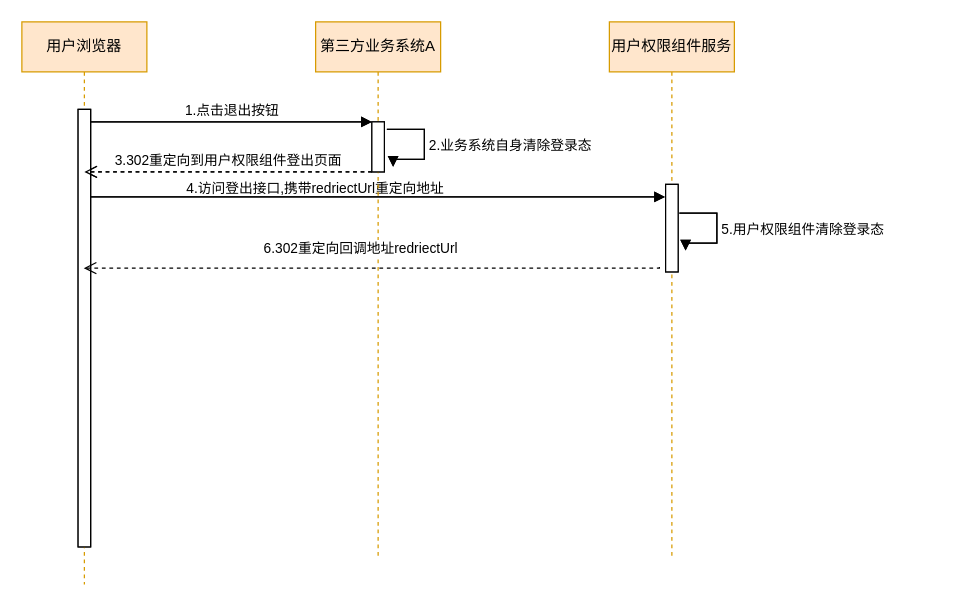
The draw.io diagram 用户权限组件登出.drawio in lsdu0/drawio, before the edit. Source tidied: cells renumbered, new cells numbered last; positions are measured from the earlier drawing's top-left corner, leaving out a move shared by most shapes. Both pictures are drawn from the tidied source at 125%, with x=0, y=0 at pixel (21, 21).
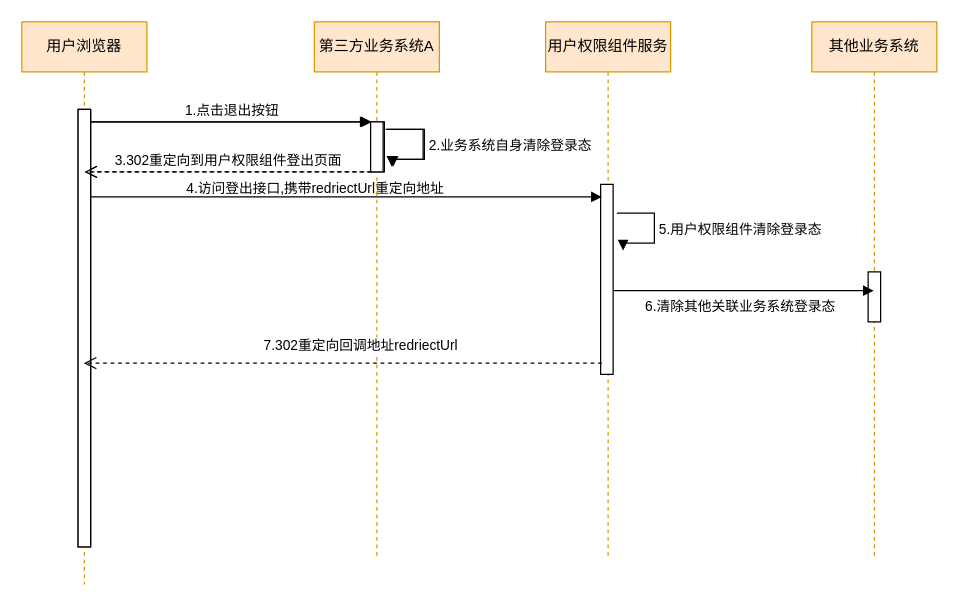
Above is the later version.

Commit message:
Update 用户权限组件登出.drawio

Diff of the diagram source:
```diff
@@
-    <mxCell id="6" style="html=1;perimeter=orthogonalPerimeter;targetShapes=umlLifeline;newEdgeStyle={&quot;edgeStyle&quot;:&quot;elbowEdgeStyle&quot;,&quot;elbow&quot;:&quot;vertical&quot;,&quot;curved&quot;:0,&quot;rounded&quot;:0};" parent="1" vertex="1">
-      <mxGeometry x="515" y="130" width="10" height="70" as="geometry" />
-    </mxCell>
@@
-    <mxCell id="8" style="html=1;verticalAlign=bottom;endArrow=block;edgeStyle=elbowEdgeStyle;elbow=horizontal;curved=0;rounded=0;" parent="1" edge="1">
-      <mxGeometry x="0.11" y="-60" relative="1" as="geometry">
-        <mxPoint x="55" y="140" as="sourcePoint" />
-        <mxPoint x="514.5" y="140" as="targetPoint" />
-        <Array as="points">
-          <mxPoint x="140" y="140" />
-        </Array>
-      </mxGeometry>
-    </mxCell>
@@
     <mxCell id="10" value="5.用户权限组件清除登录态" style="html=1;align=left;spacingLeft=2;endArrow=block;rounded=0;edgeStyle=orthogonalEdgeStyle;curved=0;rounded=0;" parent="1" edge="1">
       <mxGeometry x="0.01" relative="1" as="geometry">
-        <mxPoint x="526" y="153" as="sourcePoint" />
-        <mxPoint x="531" y="183" as="targetPoint" />
+        <mxPoint x="476" y="153" as="sourcePoint" />
+        <mxPoint x="481" y="183" as="targetPoint" />
         <Array as="points">
-          <mxPoint x="556" y="153" />
-          <mxPoint x="556" y="177" />
-          <mxPoint x="531" y="177" />
+          <mxPoint x="506" y="153" />
+          <mxPoint x="506" y="177" />
+          <mxPoint x="481" y="177" />
         </Array>
       </mxGeometry>
     </mxCell>
@@
     <mxCell id="13" value="第三方业务系统A" style="shape=umlLifeline;perimeter=lifelinePerimeter;whiteSpace=wrap;html=1;newEdgeStyle={&quot;edgeStyle&quot;:&quot;elbowEdgeStyle&quot;,&quot;elbow&quot;:&quot;vertical&quot;,&quot;curved&quot;:0,&quot;rounded&quot;:0};fillColor=#ffe6cc;strokeColor=#d79b00;" parent="1" vertex="1">
-      <mxGeometry x="235" width="100" height="430" as="geometry" />
+      <mxGeometry x="234" width="100" height="430" as="geometry" />
     </mxCell>
@@
     <mxCell id="17" value="用户权限组件服务" style="shape=umlLifeline;perimeter=lifelinePerimeter;whiteSpace=wrap;html=1;newEdgeStyle={&quot;edgeStyle&quot;:&quot;elbowEdgeStyle&quot;,&quot;elbow&quot;:&quot;vertical&quot;,&quot;curved&quot;:0,&quot;rounded&quot;:0};fillColor=#ffe6cc;strokeColor=#d79b00;" parent="1" vertex="1">
-      <mxGeometry x="470" width="100" height="430" as="geometry" />
+      <mxGeometry x="419" width="100" height="430" as="geometry" />
     </mxCell>
     <mxCell id="18" style="html=1;perimeter=orthogonalPerimeter;targetShapes=umlLifeline;newEdgeStyle={&quot;edgeStyle&quot;:&quot;elbowEdgeStyle&quot;,&quot;elbow&quot;:&quot;vertical&quot;,&quot;curved&quot;:0,&quot;rounded&quot;:0};" parent="17" vertex="1">
-      <mxGeometry x="45" y="130" width="10" height="70" as="geometry" />
+      <mxGeometry x="44" y="130" width="10" height="152" as="geometry" />
     </mxCell>
@@
     <mxCell id="20" style="html=1;verticalAlign=bottom;endArrow=block;edgeStyle=elbowEdgeStyle;elbow=horizontal;curved=0;rounded=0;" parent="1" edge="1">
       <mxGeometry x="0.11" y="-60" relative="1" as="geometry">
         <mxPoint x="55" y="140" as="sourcePoint" />
-        <mxPoint x="514.5" y="140" as="targetPoint" />
+        <mxPoint x="464" y="140" as="targetPoint" />
         <Array as="points">
           <mxPoint x="140" y="140" />
         </Array>
       </mxGeometry>
     </mxCell>
-    <mxCell id="21" style="html=1;align=left;spacingLeft=2;endArrow=block;rounded=0;edgeStyle=orthogonalEdgeStyle;curved=0;rounded=0;" parent="1" edge="1">
-      <mxGeometry x="0.01" relative="1" as="geometry">
-        <mxPoint x="526" y="153" as="sourcePoint" />
-        <mxPoint x="531" y="183" as="targetPoint" />
-        <Array as="points">
-          <mxPoint x="556" y="153" />
-          <mxPoint x="556" y="177" />
-          <mxPoint x="531" y="177" />
-        </Array>
-      </mxGeometry>
-    </mxCell>
-    <mxCell id="22" value="6.302重定向回调地址redriectUrl" style="html=1;verticalAlign=bottom;endArrow=open;dashed=1;endSize=8;edgeStyle=elbowEdgeStyle;elbow=vertical;curved=0;rounded=0;" parent="1" edge="1">
+    <mxCell id="22" value="7.302重定向回调地址redriectUrl" style="html=1;verticalAlign=bottom;endArrow=open;dashed=1;endSize=8;edgeStyle=elbowEdgeStyle;elbow=vertical;curved=0;rounded=0;" parent="1" edge="1">
       <mxGeometry x="-1" y="-21" relative="1" as="geometry">
-        <mxPoint x="286" y="204.8" as="sourcePoint" />
-        <mxPoint x="286" y="205" as="targetPoint" />
+        <mxPoint x="286" y="282.8" as="sourcePoint" />
+        <mxPoint x="286" y="283" as="targetPoint" />
         <mxPoint x="-15" y="-15" as="offset" />
       </mxGeometry>
     </mxCell>
     <mxCell id="23" style="html=1;verticalAlign=bottom;endArrow=open;dashed=1;endSize=8;edgeStyle=elbowEdgeStyle;elbow=vertical;curved=0;rounded=0;" parent="1" edge="1">
       <mxGeometry relative="1" as="geometry">
-        <mxPoint x="510" y="196" as="sourcePoint" />
-        <mxPoint x="49.5" y="197" as="targetPoint" />
-        <Array as="points">
-          <mxPoint x="375" y="197" />
-        </Array>
+        <mxPoint x="464" y="273" as="sourcePoint" />
+        <mxPoint x="49.5" y="273" as="targetPoint" />
       </mxGeometry>
     </mxCell>
+    <mxCell id="24" value="其他业务系统" style="shape=umlLifeline;perimeter=lifelinePerimeter;whiteSpace=wrap;html=1;newEdgeStyle={&quot;edgeStyle&quot;:&quot;elbowEdgeStyle&quot;,&quot;elbow&quot;:&quot;vertical&quot;,&quot;curved&quot;:0,&quot;rounded&quot;:0};fillColor=#ffe6cc;strokeColor=#d79b00;" parent="1" vertex="1">
+      <mxGeometry x="632" width="100" height="430" as="geometry" />
+    </mxCell>
+    <mxCell id="25" style="html=1;perimeter=orthogonalPerimeter;targetShapes=umlLifeline;newEdgeStyle={&quot;edgeStyle&quot;:&quot;elbowEdgeStyle&quot;,&quot;elbow&quot;:&quot;vertical&quot;,&quot;curved&quot;:0,&quot;rounded&quot;:0};" parent="24" vertex="1">
+      <mxGeometry x="45" y="200" width="10" height="40" as="geometry" />
+    </mxCell>
+    <mxCell id="26" style="html=1;verticalAlign=bottom;endArrow=block;edgeStyle=elbowEdgeStyle;elbow=horizontal;curved=0;rounded=0;" parent="1" edge="1">
+      <mxGeometry x="0.11" y="-60" relative="1" as="geometry">
+        <mxPoint x="473" y="215" as="sourcePoint" />
+        <mxPoint x="681.5" y="215" as="targetPoint" />
+        <Array as="points">
+          <mxPoint x="558" y="215" />
+        </Array>
+      </mxGeometry>
+    </mxCell>
+    <mxCell id="27" value="&lt;span style=&quot;color: rgb(0, 0, 0); font-family: Helvetica; font-size: 11px; font-style: normal; font-variant-ligatures: normal; font-variant-caps: normal; font-weight: 400; letter-spacing: normal; orphans: 2; text-align: left; text-indent: 0px; text-transform: none; white-space: nowrap; widows: 2; word-spacing: 0px; -webkit-text-stroke-width: 0px; background-color: rgb(255, 255, 255); text-decoration-style: initial; text-decoration-color: initial; display: inline !important; float: none;&quot;&gt;6.清除其他关联业务系统登录态&lt;/span&gt;" style="text;whiteSpace=wrap;html=1;" parent="1" vertex="1">
+      <mxGeometry x="497" y="214" width="170" height="36" as="geometry" />
+    </mxCell>
```
